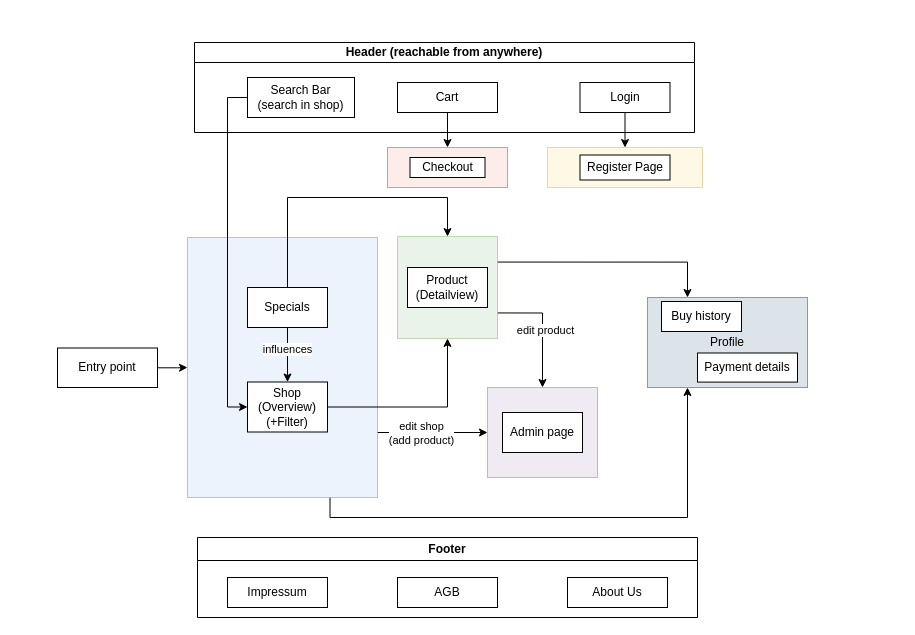
Before: p359_LAP_v2.drawio in JKatzDev/p359_LAP, a draw.io diagram. Source tidied: cells renumbered, new cells numbered last; positions are measured from the earlier drawing's top-left corner, leaving out a move shared by most shapes. Both pictures are drawn from the tidied source at 100%, with x=0, y=0 at pixel (57, 42).
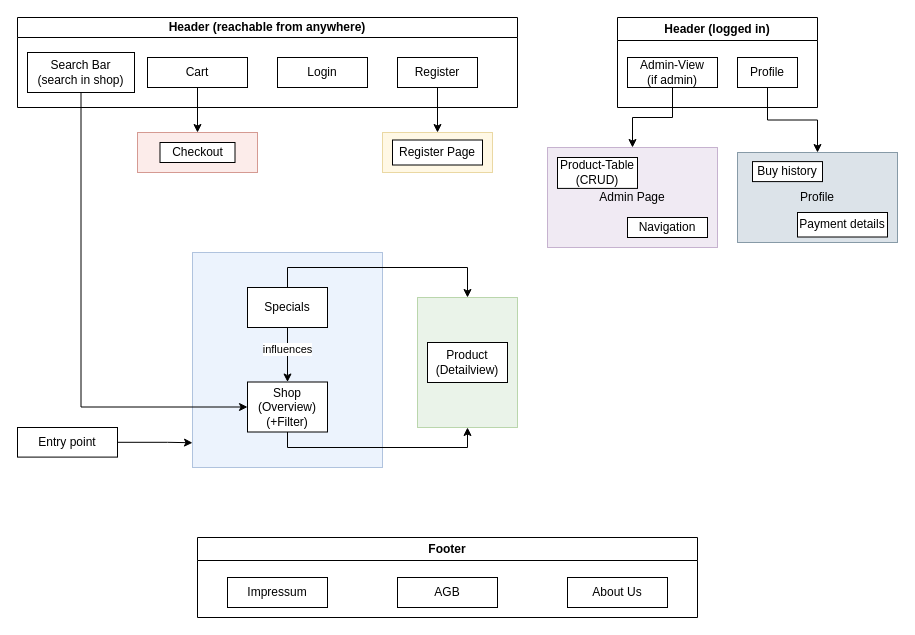
Above is the later version.

Unchanged cells that the change refers to:
```xml
<mxCell id="19" value="Specials" style="rounded=0;whiteSpace=wrap;html=1;" parent="1" vertex="1">
  <mxGeometry x="190" y="245" width="80" height="40" as="geometry" />
</mxCell>
<mxCell id="21" value="Shop (Overview)&lt;br&gt;(+Filter)" style="rounded=0;whiteSpace=wrap;html=1;" parent="1" vertex="1">
  <mxGeometry x="190" y="339.5" width="80" height="50" as="geometry" />
</mxCell>
```

Change to the diagram source:
```diff
@@
+    <mxCell id="3" value="Profile" style="rounded=0;whiteSpace=wrap;html=1;opacity=50;fillColor=#bac8d3;strokeColor=#23445d;" parent="1" vertex="1">
+      <mxGeometry x="680" y="110" width="160" height="90" as="geometry" />
+    </mxCell>
     <mxCell id="2" style="rounded=0;whiteSpace=wrap;html=1;opacity=50;fillColor=#fad9d5;strokeColor=#ae4132;" parent="1" vertex="1">
-      <mxGeometry x="330" y="105" width="120" height="40" as="geometry" />
+      <mxGeometry x="80" y="90" width="120" height="40" as="geometry" />
     </mxCell>
-    <mxCell id="3" value="Profile" style="rounded=0;whiteSpace=wrap;html=1;opacity=50;fillColor=#bac8d3;strokeColor=#23445d;" parent="1" vertex="1">
-      <mxGeometry x="590" y="255" width="160" height="90" as="geometry" />
-    </mxCell>
-    <mxCell id="4" style="rounded=0;whiteSpace=wrap;html=1;opacity=50;fillColor=#e1d5e7;strokeColor=#9673a6;" parent="1" vertex="1">
-      <mxGeometry x="430" y="345" width="110" height="90" as="geometry" />
+    <mxCell id="4" value="Admin Page" style="rounded=0;whiteSpace=wrap;html=1;opacity=50;fillColor=#e1d5e7;strokeColor=#9673a6;" parent="1" vertex="1">
+      <mxGeometry x="490" y="105" width="170" height="100" as="geometry" />
     </mxCell>
     <mxCell id="5" style="rounded=0;whiteSpace=wrap;html=1;opacity=50;fillColor=#fff2cc;strokeColor=#d6b656;" parent="1" vertex="1">
-      <mxGeometry x="490" y="105" width="155" height="40" as="geometry" />
+      <mxGeometry x="325" y="90" width="110" height="40" as="geometry" />
     </mxCell>
-    <mxCell id="6" style="edgeStyle=orthogonalEdgeStyle;rounded=0;jettySize=auto;html=1;exitX=1;exitY=0.25;exitDx=0;exitDy=0;entryX=0.25;entryY=0;entryDx=0;entryDy=0;" parent="1" edge="1" source="9" target="3">
-      <mxGeometry relative="1" as="geometry" />
-    </mxCell>
-    <mxCell id="7" style="edgeStyle=orthogonalEdgeStyle;rounded=0;jettySize=auto;html=1;entryX=0.5;entryY=0;entryDx=0;entryDy=0;exitX=1;exitY=0.75;exitDx=0;exitDy=0;" parent="1" edge="1" source="9" target="4">
-      <mxGeometry relative="1" as="geometry" />
-    </mxCell>
-    <mxCell id="8" value="edit product" style="edgeLabel;html=1;align=center;verticalAlign=middle;" parent="7" vertex="1">
-      <mxGeometry x="0.04" y="2" relative="1" as="geometry" />
-    </mxCell>
     <mxCell id="9" style="rounded=0;whiteSpace=wrap;html=1;opacity=50;fillColor=#d5e8d4;strokeColor=#82b366;" parent="1" vertex="1">
-      <mxGeometry x="340" y="194.1" width="100" height="101.8" as="geometry" />
+      <mxGeometry x="360" y="255" width="100" height="130" as="geometry" />
     </mxCell>
-    <mxCell id="10" style="edgeStyle=orthogonalEdgeStyle;rounded=0;jettySize=auto;html=1;exitX=0.5;exitY=1;exitDx=0;exitDy=0;entryX=0.5;entryY=0;entryDx=0;entryDy=0;" parent="1" edge="1" source="30" target="5">
-      <mxGeometry relative="1" as="geometry" />
-    </mxCell>
-    <mxCell id="11" style="edgeStyle=orthogonalEdgeStyle;rounded=0;jettySize=auto;html=1;entryX=0.25;entryY=1;entryDx=0;entryDy=0;exitX=0.75;exitY=1;exitDx=0;exitDy=0;" parent="1" edge="1" source="14" target="3">
-      <mxGeometry relative="1" as="geometry" />
-    </mxCell>
-    <mxCell id="12" style="edgeStyle=orthogonalEdgeStyle;rounded=0;jettySize=auto;html=1;entryX=0;entryY=0.5;entryDx=0;entryDy=0;exitX=1;exitY=0.75;exitDx=0;exitDy=0;" parent="1" edge="1" source="14" target="4">
-      <mxGeometry relative="1" as="geometry" />
-    </mxCell>
-    <mxCell id="13" value="edit shop&lt;br&gt;(add product)" style="edgeLabel;html=1;align=center;verticalAlign=middle;" parent="12" vertex="1">
-      <mxGeometry x="-0.22" relative="1" as="geometry" />
-    </mxCell>
     <mxCell id="14" style="rounded=0;whiteSpace=wrap;html=1;opacity=50;fillColor=#dae8fc;strokeColor=#6c8ebf;" parent="1" vertex="1">
-      <mxGeometry x="130" y="195" width="190" height="260" as="geometry" />
+      <mxGeometry x="135" y="210" width="190" height="215" as="geometry" />
     </mxCell>
     <mxCell id="15" value="Register Page" style="rounded=0;whiteSpace=wrap;html=1;" parent="1" vertex="1">
-      <mxGeometry x="522.5" y="112.5" width="90" height="25" as="geometry" />
+      <mxGeometry x="335" y="97.5" width="90" height="25" as="geometry" />
     </mxCell>
@@
     <mxCell id="18" style="edgeStyle=orthogonalEdgeStyle;rounded=0;jettySize=auto;html=1;exitX=0.5;exitY=0;exitDx=0;exitDy=0;entryX=0.5;entryY=0;entryDx=0;entryDy=0;" parent="1" edge="1" source="19" target="9">
       <mxGeometry relative="1" as="geometry">
         <Array as="points">
-          <mxPoint x="230" y="155" />
-          <mxPoint x="390" y="155" />
+          <mxPoint x="230" y="225" />
+          <mxPoint x="410" y="225" />
         </Array>
       </mxGeometry>
     </mxCell>
@@
-    <mxCell id="20" style="edgeStyle=orthogonalEdgeStyle;rounded=0;jettySize=auto;html=1;entryX=0.5;entryY=1;entryDx=0;entryDy=0;exitX=1;exitY=0.5;exitDx=0;exitDy=0;" parent="1" edge="1" source="21" target="9">
+    <mxCell id="20" style="edgeStyle=orthogonalEdgeStyle;rounded=0;jettySize=auto;html=1;entryX=0.5;entryY=1;entryDx=0;entryDy=0;exitX=0.5;exitY=1;exitDx=0;exitDy=0;" parent="1" edge="1" source="21" target="9">
       <mxGeometry relative="1" as="geometry">
         <Array as="points">
-          <mxPoint x="390" y="365" />
+          <mxPoint x="230" y="405" />
+          <mxPoint x="410" y="405" />
         </Array>
       </mxGeometry>
     </mxCell>
@@
-    <mxCell id="22" value="Admin page" style="rounded=0;whiteSpace=wrap;html=1;" parent="1" vertex="1">
-      <mxGeometry x="445" y="370" width="80" height="40" as="geometry" />
+    <mxCell id="22" value="Product-Table&lt;br&gt;(CRUD)" style="rounded=0;whiteSpace=wrap;html=1;" parent="1" vertex="1">
+      <mxGeometry x="500" y="115" width="80" height="30.9" as="geometry" />
     </mxCell>
     <mxCell id="23" value="Product (Detailview)" style="rounded=0;whiteSpace=wrap;html=1;" parent="1" vertex="1">
-      <mxGeometry x="350" y="225" width="80" height="40" as="geometry" />
+      <mxGeometry x="370" y="300" width="80" height="40" as="geometry" />
     </mxCell>
-    <mxCell id="24" style="edgeStyle=orthogonalEdgeStyle;rounded=0;jettySize=auto;html=1;entryX=0;entryY=0.5;entryDx=0;entryDy=0;exitX=0;exitY=0.5;exitDx=0;exitDy=0;" parent="1" edge="1" source="31" target="21">
+    <mxCell id="24" style="edgeStyle=orthogonalEdgeStyle;rounded=0;jettySize=auto;html=1;entryX=0;entryY=0.5;entryDx=0;entryDy=0;exitX=0.5;exitY=1;exitDx=0;exitDy=0;" parent="1" edge="1" source="31" target="21">
       <mxGeometry relative="1" as="geometry" />
     </mxCell>
     <mxCell id="25" value="Buy history" style="rounded=0;whiteSpace=wrap;html=1;" parent="1" vertex="1">
-      <mxGeometry x="604" y="259" width="80" height="30" as="geometry" />
+      <mxGeometry x="695" y="119.1" width="70" height="20" as="geometry" />
     </mxCell>
     <mxCell id="26" value="Payment details" style="rounded=0;whiteSpace=wrap;html=1;" parent="1" vertex="1">
-      <mxGeometry x="640" y="310.5" width="100" height="29.1" as="geometry" />
+      <mxGeometry x="740" y="170" width="90" height="24.5" as="geometry" />
     </mxCell>
     <mxCell id="27" value="Checkout" style="rounded=0;whiteSpace=wrap;html=1;" parent="1" vertex="1">
-      <mxGeometry x="352.5" y="115" width="75" height="20" as="geometry" />
+      <mxGeometry x="102.5" y="100" width="75" height="20" as="geometry" />
     </mxCell>
     <mxCell id="28" value="Header (reachable from anywhere)" style="swimlane;whiteSpace=wrap;html=1;startSize=20;" parent="1" vertex="1">
-      <mxGeometry x="137" width="500" height="90" as="geometry" />
+      <mxGeometry x="-40" y="-25" width="500" height="90" as="geometry" />
     </mxCell>
     <mxCell id="29" value="Cart" style="rounded=0;whiteSpace=wrap;html=1;" parent="28" vertex="1">
-      <mxGeometry x="203" y="40" width="100" height="30" as="geometry" />
+      <mxGeometry x="130" y="40" width="100" height="30" as="geometry" />
     </mxCell>
     <mxCell id="30" value="Login" style="rounded=0;whiteSpace=wrap;html=1;" parent="28" vertex="1">
-      <mxGeometry x="385.5" y="40" width="90" height="30" as="geometry" />
+      <mxGeometry x="260" y="40" width="90" height="30" as="geometry" />
     </mxCell>
     <mxCell id="31" value="Search Bar&lt;br&gt;(search in shop)" style="rounded=0;whiteSpace=wrap;html=1;" parent="28" vertex="1">
-      <mxGeometry x="53" y="35" width="107" height="40" as="geometry" />
+      <mxGeometry x="10" y="35" width="107" height="40" as="geometry" />
     </mxCell>
-    <mxCell id="32" style="edgeStyle=orthogonalEdgeStyle;rounded=0;jettySize=auto;html=1;entryX=0.5;entryY=0;entryDx=0;entryDy=0;" parent="1" edge="1" source="29" target="2">
-      <mxGeometry relative="1" as="geometry" />
-    </mxCell>
+    <mxCell id="39" value="Register" style="rounded=0;whiteSpace=wrap;html=1;" parent="28" vertex="1">
+      <mxGeometry x="380" y="40" width="80" height="30" as="geometry" />
+    </mxCell>
@@
-    <mxCell id="37" style="edgeStyle=orthogonalEdgeStyle;rounded=0;jettySize=auto;html=1;entryX=0;entryY=0.5;entryDx=0;entryDy=0;" parent="1" edge="1" source="38" target="14">
-      <mxGeometry relative="1" as="geometry" />
+    <mxCell id="37" style="edgeStyle=orthogonalEdgeStyle;rounded=0;jettySize=auto;html=1;entryX=0;entryY=0.885;entryDx=0;entryDy=0;entryPerimeter=0;exitX=1;exitY=0.5;exitDx=0;exitDy=0;" parent="1" edge="1" source="38" target="14">
+      <mxGeometry relative="1" as="geometry">
+        <Array as="points">
+          <mxPoint x="110" y="400" />
+        </Array>
+      </mxGeometry>
     </mxCell>
     <mxCell id="38" value="Entry point" style="rounded=0;whiteSpace=wrap;html=1;" parent="1" vertex="1">
-      <mxGeometry y="305.5" width="100" height="39.5" as="geometry" />
+      <mxGeometry x="-40" y="385" width="100" height="29.6" as="geometry" />
     </mxCell>
+    <mxCell id="40" style="edgeStyle=orthogonalEdgeStyle;rounded=0;jettySize=auto;html=1;exitX=0.5;exitY=1;exitDx=0;exitDy=0;entryX=0.5;entryY=0;entryDx=0;entryDy=0;" parent="1" edge="1" source="43" target="3">
+      <mxGeometry relative="1" as="geometry" />
+    </mxCell>
+    <mxCell id="41" value="Header (logged in)" style="swimlane;whiteSpace=wrap;html=1;" parent="1" vertex="1">
+      <mxGeometry x="560" y="-25" width="200" height="90" as="geometry" />
+    </mxCell>
+    <mxCell id="42" value="Admin-View&lt;br&gt;(if admin)" style="rounded=0;whiteSpace=wrap;html=1;" parent="41" vertex="1">
+      <mxGeometry x="10" y="40" width="90" height="30" as="geometry" />
+    </mxCell>
+    <mxCell id="43" value="Profile" style="rounded=0;whiteSpace=wrap;html=1;" parent="41" vertex="1">
+      <mxGeometry x="120" y="40" width="60" height="30" as="geometry" />
+    </mxCell>
+    <mxCell id="44" value="Navigation" style="rounded=0;whiteSpace=wrap;html=1;" parent="1" vertex="1">
+      <mxGeometry x="570" y="175" width="80" height="20" as="geometry" />
+    </mxCell>
+    <mxCell id="45" style="edgeStyle=orthogonalEdgeStyle;rounded=0;jettySize=auto;html=1;entryX=0.5;entryY=0;entryDx=0;entryDy=0;" parent="1" edge="1" source="42" target="4">
+      <mxGeometry relative="1" as="geometry" />
+    </mxCell>
+    <mxCell id="32" style="edgeStyle=orthogonalEdgeStyle;rounded=0;jettySize=auto;html=1;exitX=0.5;exitY=1;exitDx=0;exitDy=0;entryX=0.5;entryY=0;entryDx=0;entryDy=0;" parent="1" edge="1" source="29" target="2">
+      <mxGeometry relative="1" as="geometry" />
+    </mxCell>
+    <mxCell id="46" style="edgeStyle=orthogonalEdgeStyle;rounded=0;jettySize=auto;html=1;exitX=0.5;exitY=1;exitDx=0;exitDy=0;entryX=0.5;entryY=0;entryDx=0;entryDy=0;" parent="1" edge="1" source="39" target="5">
+      <mxGeometry relative="1" as="geometry" />
+    </mxCell>
```
